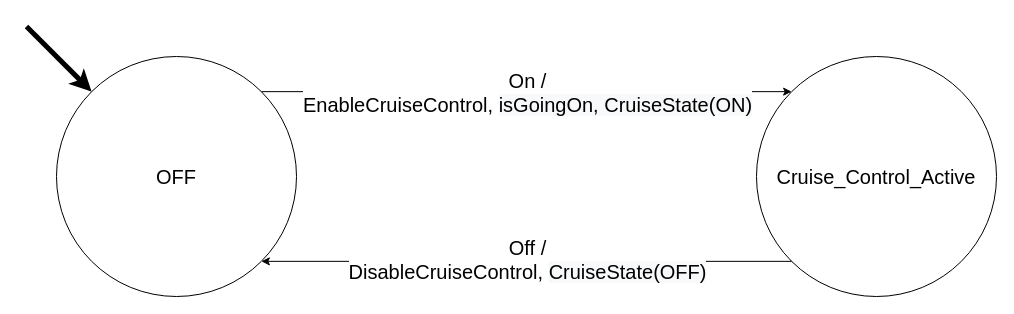
Before: Diagrams/FSMs/Cruise_Control_FSM.drawio in jacoballen4534/Cruise-Controller, a draw.io diagram. Source tidied: cells renumbered, new cells numbered last; positions are measured from the earlier drawing's top-left corner, leaving out a move shared by most shapes. Both pictures are drawn from the tidied source at 100%, with x=0, y=0 at pixel (26, 26).
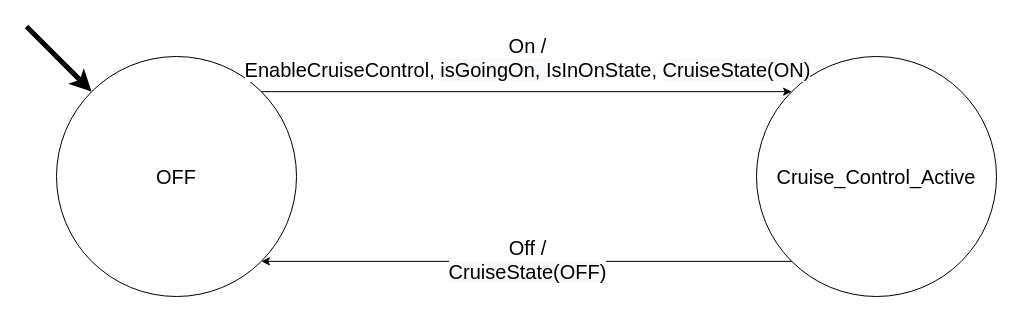
The same diagram, later.

Commit message (it also covers changes not shown here):
Add isInOnState signal to pause the speed controll and cruise speed controll when in standy, disable and off states

What changed in the source:
```diff
@@
 <mxGraphModel>
   <root>
     <mxCell id="0" />
     <mxCell id="1" parent="0" />
     <mxCell id="2" value="&lt;span style=&quot;font-size: 20px&quot;&gt;OFF&lt;/span&gt;" style="ellipse;whiteSpace=wrap;html=1;" parent="1" vertex="1">
       <mxGeometry x="30" y="30" width="240" height="240" as="geometry" />
     </mxCell>
     <mxCell id="3" value="&lt;font style=&quot;font-size: 20px&quot;&gt;Cruise_Control_Active&lt;/font&gt;" style="ellipse;whiteSpace=wrap;html=1;" parent="1" vertex="1">
       <mxGeometry x="730" y="30" width="240" height="240" as="geometry" />
     </mxCell>
     <mxCell id="4" style="endArrow=classic;html=1;entryX=0;entryY=0;entryDx=0;entryDy=0;exitX=1;exitY=0;exitDx=0;exitDy=0;" parent="1" edge="1" source="2" target="3">
       <mxGeometry relative="1" as="geometry" />
     </mxCell>
-    <mxCell id="5" value="&lt;font style=&quot;font-size: 20px&quot;&gt;On /&lt;br&gt;Enable&lt;/font&gt;&lt;span style=&quot;font-size: 20px&quot;&gt;CruiseControl,&amp;nbsp;&lt;/span&gt;&lt;span style=&quot;font-size: 20px ; background-color: rgb(248 , 249 , 250)&quot;&gt;isGoingOn,&amp;nbsp;&lt;/span&gt;&lt;span style=&quot;font-size: 20px ; background-color: rgb(248 , 249 , 250)&quot;&gt;CruiseState(ON)&lt;/span&gt;" style="edgeLabel;html=1;align=center;verticalAlign=middle;" parent="4" vertex="1">
+    <mxCell id="5" value="&lt;font style=&quot;font-size: 20px&quot;&gt;On /&lt;br&gt;Enable&lt;/font&gt;&lt;span style=&quot;font-size: 20px&quot;&gt;CruiseControl,&amp;nbsp;&lt;/span&gt;&lt;span style=&quot;font-size: 20px ; background-color: rgb(248 , 249 , 250)&quot;&gt;isGoingO&lt;/span&gt;&lt;font style=&quot;font-size: 20px&quot;&gt;&lt;span style=&quot;background-color: rgb(248 , 249 , 250)&quot;&gt;n,&amp;nbsp;&lt;/span&gt;IsInOnState,&amp;nbsp;&lt;span style=&quot;background-color: rgb(248 , 249 , 250)&quot;&gt;Cruise&lt;/span&gt;&lt;/font&gt;&lt;span style=&quot;font-size: 20px ; background-color: rgb(248 , 249 , 250)&quot;&gt;State(ON)&lt;/span&gt;" style="edgeLabel;html=1;align=center;verticalAlign=middle;" parent="4" vertex="1">
       <mxGeometry x="0.13" y="-3" relative="1" as="geometry">
-        <mxPoint x="-33.9" y="-3" as="offset" />
+        <mxPoint x="-33.9" y="-38.1" as="offset" />
       </mxGeometry>
     </mxCell>
     <mxCell id="6" style="endArrow=classic;html=1;entryX=0;entryY=0;entryDx=0;entryDy=0;strokeWidth=5;" parent="1" edge="1" target="2">
       <mxGeometry relative="1" as="geometry">
         <mxPoint as="sourcePoint" />
       </mxGeometry>
     </mxCell>
     <mxCell id="7" style="endArrow=classic;html=1;exitX=0;exitY=1;exitDx=0;exitDy=0;entryX=1;entryY=1;entryDx=0;entryDy=0;" parent="1" edge="1" source="3" target="2">
       <mxGeometry relative="1" as="geometry" />
     </mxCell>
-    <mxCell id="8" value="&lt;font style=&quot;font-size: 20px&quot;&gt;&lt;font style=&quot;font-size: 20px&quot;&gt;Off /&lt;br&gt;DisableCruiseControl,&amp;nbsp;&lt;/font&gt;&lt;/font&gt;&lt;span style=&quot;font-size: 20px ; background-color: rgb(248 , 249 , 250)&quot;&gt;CruiseState(OFF)&lt;/span&gt;" style="edgeLabel;html=1;align=center;verticalAlign=middle;" parent="7" vertex="1">
+    <mxCell id="8" value="&lt;font style=&quot;font-size: 20px&quot;&gt;&lt;font style=&quot;font-size: 20px&quot;&gt;Off /&lt;br&gt;&lt;/font&gt;&lt;/font&gt;&lt;span style=&quot;font-size: 20px ; background-color: rgb(248 , 249 , 250)&quot;&gt;CruiseState(OFF)&lt;/span&gt;" style="edgeLabel;html=1;align=center;verticalAlign=middle;" parent="7" vertex="1">
       <mxGeometry x="-0.13" y="-2" relative="1" as="geometry">
         <mxPoint x="-34.1" as="offset" />
       </mxGeometry>
     </mxCell>
   </root>
 </mxGraphModel>
```
